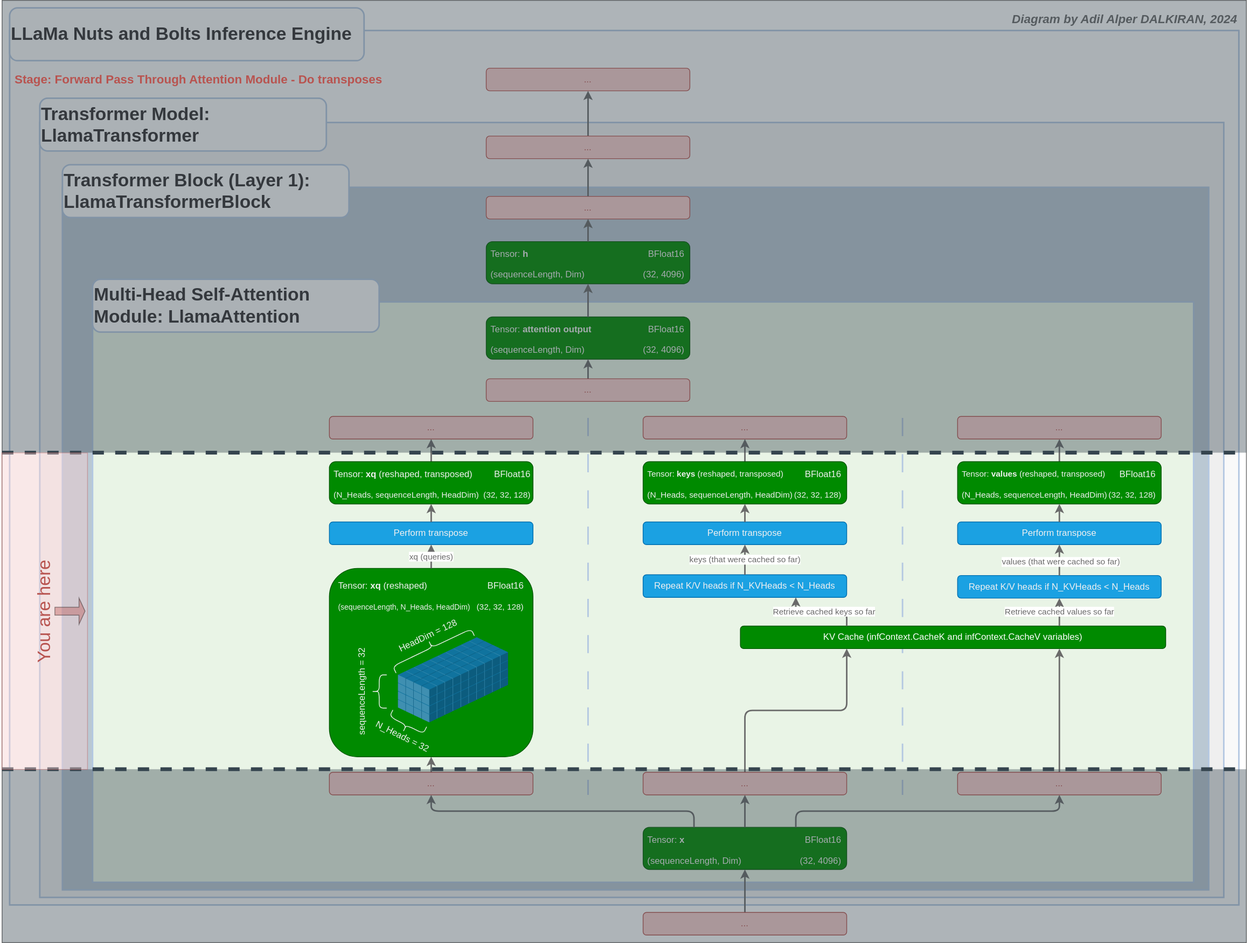
adalkiran/llama-nuts-and-bolts keeps this draw.io diagram as docs/images/DIAG01-STAGE12-attention-do-transposes.drawio.svg. Above is the earlier version. Source tidied: cells renumbered, new cells last; positions are measured from the earlier drawing's top-left corner, leaving out a move shared by most shapes.
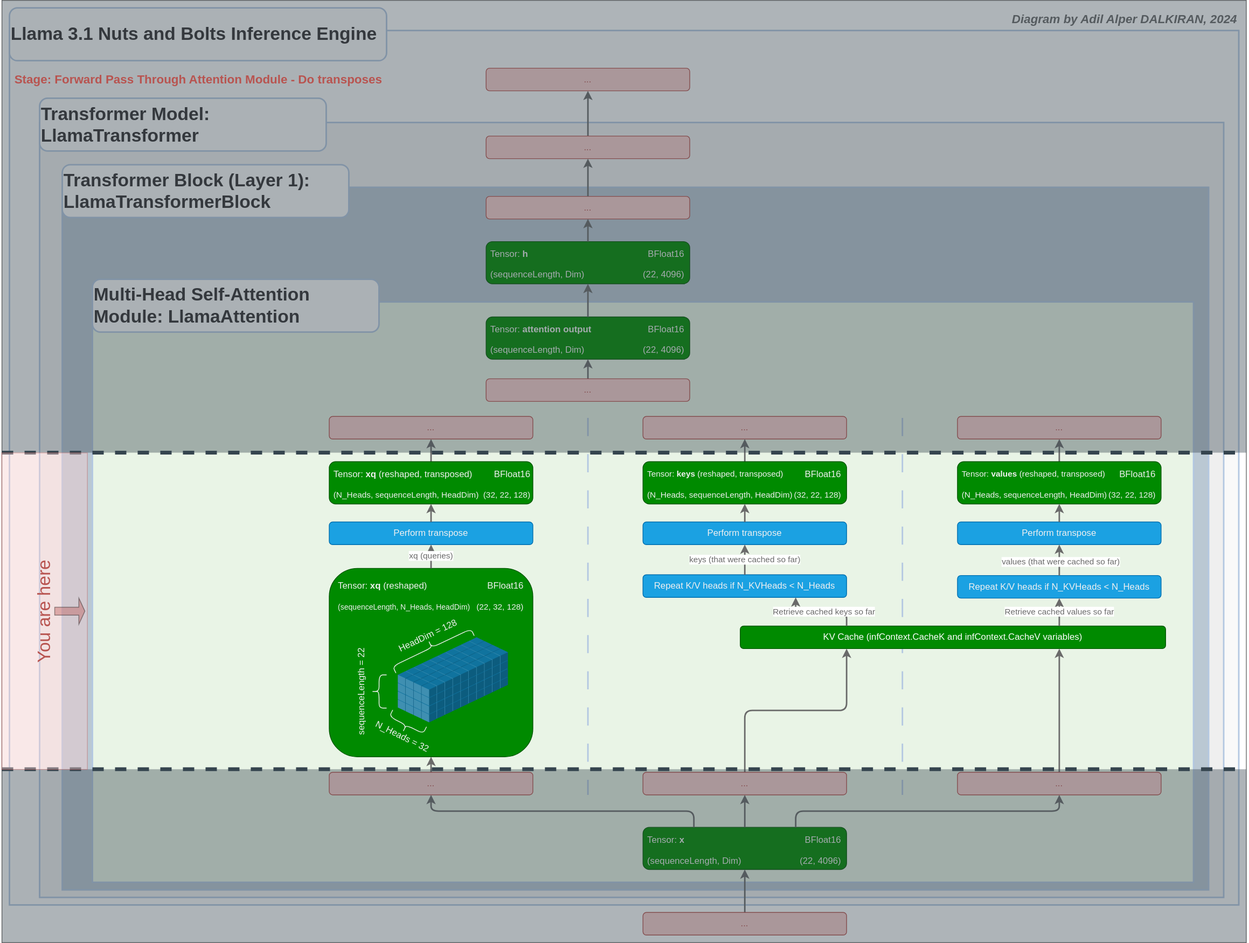
After the commit.

Change to the diagram source:
```diff
@@ -11,8 +11,8 @@
     <mxCell id="4" style="rounded=0;whiteSpace=wrap;html=1;fillColor=#EFEFEF;fontColor=none;noLabel=1;strokeColor=#B3C7E1;strokeWidth=2;" parent="1" vertex="1">
       <mxGeometry x="204" y="162" width="1570" height="1028" as="geometry" />
     </mxCell>
-    <mxCell id="5" value="&lt;span style=&quot;text-align: right;&quot;&gt;LLaMa Nuts and Bolts Inference Engine&lt;/span&gt;" style="text;strokeColor=#B3C7E1;fillColor=#F9F9F9;html=1;fontSize=24;fontStyle=1;verticalAlign=middle;align=left;fontColor=#333132;strokeWidth=2;rounded=1;glass=0;whiteSpace=wrap;" parent="1" vertex="1">
-      <mxGeometry x="164" y="10" width="470" height="70" as="geometry" />
+    <mxCell id="5" value="&lt;span style=&quot;text-align: right;&quot;&gt;Llama 3.1 Nuts and Bolts Inference Engine&lt;/span&gt;" style="text;strokeColor=#B3C7E1;fillColor=#F9F9F9;html=1;fontSize=24;fontStyle=1;verticalAlign=middle;align=left;fontColor=#333132;strokeWidth=2;rounded=1;glass=0;whiteSpace=wrap;" parent="1" vertex="1">
+      <mxGeometry x="164" y="10" width="500" height="70" as="geometry" />
     </mxCell>
     <mxCell id="6" value="Transformer Model:&lt;br&gt;LlamaTransformer&amp;nbsp;" style="text;strokeColor=#B3C7E1;fillColor=#F9F9F9;html=1;fontSize=24;fontStyle=1;verticalAlign=middle;align=left;fontColor=#333132;strokeWidth=2;rounded=1;glass=0;" parent="1" vertex="1">
       <mxGeometry x="204" y="129.8" width="380" height="70" as="geometry" />
@@ -50,7 +50,7 @@
     <mxCell id="17" value="(sequenceLength, Dim)" style="shape=partialRectangle;html=1;whiteSpace=wrap;overflow=hidden;fillColor=none;top=0;left=0;bottom=0;right=0;fontFamily=Helvetica;fontSize=12;fontColor=#F0F0F0;align=left;verticalAlign=bottom;strokeColor=#FFFFFF;labelBackgroundColor=none;" parent="16" vertex="1">
       <mxGeometry width="179" height="31" as="geometry" />
     </mxCell>
-    <mxCell id="18" value="(32, 4096)" style="shape=partialRectangle;html=1;whiteSpace=wrap;overflow=hidden;fillColor=none;top=0;left=0;bottom=0;right=0;fontFamily=Helvetica;fontSize=12;fontColor=#F0F0F0;align=right;verticalAlign=bottom;strokeColor=#FFFFFF;labelBackgroundColor=none;" parent="16" vertex="1">
+    <mxCell id="18" value="(22, 4096)" style="shape=partialRectangle;html=1;whiteSpace=wrap;overflow=hidden;fillColor=none;top=0;left=0;bottom=0;right=0;fontFamily=Helvetica;fontSize=12;fontColor=#F0F0F0;align=right;verticalAlign=bottom;strokeColor=#FFFFFF;labelBackgroundColor=none;" parent="16" vertex="1">
       <mxGeometry x="179" width="82" height="31" as="geometry" />
     </mxCell>
     <mxCell id="19" style="edgeStyle=none;shape=connector;rounded=1;html=1;exitX=0.5;exitY=0;exitDx=0;exitDy=0;labelBackgroundColor=default;strokeColor=#6A6A6A;strokeWidth=2;fontFamily=Helvetica;fontSize=6;fontColor=#6A6A6A;endArrow=classic;entryX=0.5;entryY=1;entryDx=0;entryDy=0;" parent="1" edge="1" source="43" target="42">
@@ -107,7 +107,7 @@
     <mxCell id="36" value="(sequenceLength, Dim)" style="shape=partialRectangle;html=1;whiteSpace=wrap;overflow=hidden;fillColor=none;top=0;left=0;bottom=0;right=0;fontFamily=Helvetica;fontSize=12;fontColor=#F0F0F0;align=left;verticalAlign=bottom;strokeColor=#FFFFFF;labelBackgroundColor=none;" parent="35" vertex="1">
       <mxGeometry width="179" height="31" as="geometry" />
     </mxCell>
-    <mxCell id="37" value="(32, 4096)" style="shape=partialRectangle;html=1;whiteSpace=wrap;overflow=hidden;fillColor=none;top=0;left=0;bottom=0;right=0;fontFamily=Helvetica;fontSize=12;fontColor=#F0F0F0;align=right;verticalAlign=bottom;strokeColor=#FFFFFF;labelBackgroundColor=none;" parent="35" vertex="1">
+    <mxCell id="37" value="(22, 4096)" style="shape=partialRectangle;html=1;whiteSpace=wrap;overflow=hidden;fillColor=none;top=0;left=0;bottom=0;right=0;fontFamily=Helvetica;fontSize=12;fontColor=#F0F0F0;align=right;verticalAlign=bottom;strokeColor=#FFFFFF;labelBackgroundColor=none;" parent="35" vertex="1">
       <mxGeometry x="179" width="82" height="31" as="geometry" />
     </mxCell>
     <mxCell id="38" style="edgeStyle=orthogonalEdgeStyle;shape=connector;rounded=1;html=1;exitX=0.5;exitY=0;exitDx=0;exitDy=0;entryX=0.5;entryY=1;entryDx=0;entryDy=0;labelBackgroundColor=default;strokeColor=#6A6A6A;strokeWidth=2;fontFamily=Helvetica;fontSize=6;fontColor=#6A6A6A;endArrow=classic;" parent="1" edge="1" source="39" target="30">
@@ -155,7 +155,7 @@
     <mxCell id="52" value="(sequenceLength,&amp;nbsp;Dim)" style="shape=partialRectangle;html=1;whiteSpace=wrap;overflow=hidden;fillColor=none;top=0;left=0;bottom=0;right=0;fontFamily=Helvetica;fontSize=12;fontColor=#F0F0F0;align=left;verticalAlign=bottom;strokeColor=#FFFFFF;labelBackgroundColor=none;" parent="51" vertex="1">
       <mxGeometry width="179" height="31" as="geometry" />
     </mxCell>
-    <mxCell id="53" value="(32, 4096)" style="shape=partialRectangle;html=1;whiteSpace=wrap;overflow=hidden;fillColor=none;top=0;left=0;bottom=0;right=0;fontFamily=Helvetica;fontSize=12;fontColor=#F0F0F0;align=right;verticalAlign=bottom;strokeColor=#FFFFFF;labelBackgroundColor=none;" parent="51" vertex="1">
+    <mxCell id="53" value="(22, 4096)" style="shape=partialRectangle;html=1;whiteSpace=wrap;overflow=hidden;fillColor=none;top=0;left=0;bottom=0;right=0;fontFamily=Helvetica;fontSize=12;fontColor=#F0F0F0;align=right;verticalAlign=bottom;strokeColor=#FFFFFF;labelBackgroundColor=none;" parent="51" vertex="1">
       <mxGeometry x="179" width="82" height="31" as="geometry" />
     </mxCell>
     <mxCell id="54" style="edgeStyle=none;shape=connector;rounded=1;html=1;exitX=0.5;exitY=0;exitDx=0;exitDy=0;entryX=0.5;entryY=1;entryDx=0;entryDy=0;labelBackgroundColor=default;strokeColor=#6A6A6A;strokeWidth=2;fontFamily=Helvetica;fontSize=11;fontColor=#6A6A6A;endArrow=classic;" parent="1" edge="1" source="46" target="65">
@@ -245,7 +245,7 @@
     <mxCell id="82" value="(sequenceLength, N_Heads, HeadDim)" style="shape=partialRectangle;html=1;whiteSpace=wrap;overflow=hidden;fillColor=none;top=0;left=0;bottom=0;right=0;fontFamily=Helvetica;fontSize=10;fontColor=#F0F0F0;align=left;verticalAlign=bottom;strokeColor=#FFFFFF;labelBackgroundColor=none;" parent="81" vertex="1">
       <mxGeometry width="180" height="31" as="geometry" />
     </mxCell>
-    <mxCell id="83" value="(32, 32, 128)" style="shape=partialRectangle;html=1;whiteSpace=wrap;overflow=hidden;fillColor=none;top=0;left=0;bottom=0;right=0;fontFamily=Helvetica;fontSize=11;fontColor=#F0F0F0;align=right;verticalAlign=bottom;strokeColor=#FFFFFF;labelBackgroundColor=none;" parent="81" vertex="1">
+    <mxCell id="83" value="(22, 32, 128)" style="shape=partialRectangle;html=1;whiteSpace=wrap;overflow=hidden;fillColor=none;top=0;left=0;bottom=0;right=0;fontFamily=Helvetica;fontSize=11;fontColor=#F0F0F0;align=right;verticalAlign=bottom;strokeColor=#FFFFFF;labelBackgroundColor=none;" parent="81" vertex="1">
       <mxGeometry x="180" width="70" height="31" as="geometry" />
     </mxCell>
     <mxCell id="84" style="shape=curlyBracket;whiteSpace=wrap;html=1;rounded=1;flipH=0;labelPosition=right;verticalLabelPosition=middle;align=left;verticalAlign=middle;fillColor=default;fontColor=#F0F0F0;strokeColor=#F0F0F0;" parent="75" vertex="1">
@@ -254,7 +254,7 @@
     <mxCell id="85" value="N_Heads = 32" style="text;strokeColor=none;align=center;fillColor=none;html=1;verticalAlign=middle;whiteSpace=wrap;rounded=0;flipH=0;rotation=26.5;fontColor=#F0F0F0;fontSize=12;" parent="75" vertex="1">
       <mxGeometry x="57.4" y="216.9" width="80" height="14" as="geometry" />
     </mxCell>
-    <mxCell id="86" value="sequenceLength = 32" style="text;strokeColor=none;align=center;fillColor=none;html=1;verticalAlign=middle;whiteSpace=wrap;rounded=0;flipH=0;rotation=270;fontColor=#F0F0F0;fontSize=12;" parent="75" vertex="1">
+    <mxCell id="86" value="sequenceLength = 22" style="text;strokeColor=none;align=center;fillColor=none;html=1;verticalAlign=middle;whiteSpace=wrap;rounded=0;flipH=0;rotation=270;fontColor=#F0F0F0;fontSize=12;" parent="75" vertex="1">
       <mxGeometry x="-16.9" y="153.3" width="120" height="20" as="geometry" />
     </mxCell>
     <mxCell id="87" value="HeadDim = 128" style="text;strokeColor=none;align=center;fillColor=none;html=1;verticalAlign=middle;whiteSpace=wrap;rounded=0;flipH=0;rotation=334.5;fontColor=#F0F0F0;fontSize=12;" parent="75" vertex="1">
@@ -569,7 +569,7 @@
     <mxCell id="190" value="(N_Heads, sequenceLength, HeadDim)" style="shape=partialRectangle;html=1;whiteSpace=wrap;overflow=hidden;fillColor=none;top=0;left=0;bottom=0;right=0;fontFamily=Helvetica;fontSize=11;fontColor=#F0F0F0;align=left;verticalAlign=bottom;strokeColor=#FFFFFF;labelBackgroundColor=none;" parent="189" vertex="1">
       <mxGeometry width="196" height="31" as="geometry" />
     </mxCell>
-    <mxCell id="191" value="(32, 32, 128)" style="shape=partialRectangle;html=1;whiteSpace=wrap;overflow=hidden;fillColor=none;top=0;left=0;bottom=0;right=0;fontFamily=Helvetica;fontSize=11;fontColor=#F0F0F0;align=right;verticalAlign=bottom;strokeColor=#FFFFFF;labelBackgroundColor=none;" parent="189" vertex="1">
+    <mxCell id="191" value="(32, 22, 128)" style="shape=partialRectangle;html=1;whiteSpace=wrap;overflow=hidden;fillColor=none;top=0;left=0;bottom=0;right=0;fontFamily=Helvetica;fontSize=11;fontColor=#F0F0F0;align=right;verticalAlign=bottom;strokeColor=#FFFFFF;labelBackgroundColor=none;" parent="189" vertex="1">
       <mxGeometry x="196" width="69" height="31" as="geometry" />
     </mxCell>
     <mxCell id="192" style="edgeStyle=none;shape=connector;rounded=1;html=1;exitX=0.5;exitY=0;exitDx=0;exitDy=0;entryX=0.5;entryY=1;entryDx=0;entryDy=0;labelBackgroundColor=default;strokeColor=#6A6A6A;strokeWidth=2;fontFamily=Helvetica;fontSize=9;fontColor=#6A6A6A;endArrow=classic;" parent="1" edge="1" source="170" target="184">
@@ -599,7 +599,7 @@
     <mxCell id="200" value="(N_Heads, sequenceLength, HeadDim)" style="shape=partialRectangle;html=1;whiteSpace=wrap;overflow=hidden;fillColor=none;top=0;left=0;bottom=0;right=0;fontFamily=Helvetica;fontSize=11;fontColor=#F0F0F0;align=left;verticalAlign=bottom;strokeColor=#FFFFFF;labelBackgroundColor=none;" parent="199" vertex="1">
       <mxGeometry width="196" height="31" as="geometry" />
     </mxCell>
-    <mxCell id="201" value="(32, 32, 128)" style="shape=partialRectangle;html=1;whiteSpace=wrap;overflow=hidden;fillColor=none;top=0;left=0;bottom=0;right=0;fontFamily=Helvetica;fontSize=11;fontColor=#F0F0F0;align=right;verticalAlign=bottom;strokeColor=#FFFFFF;labelBackgroundColor=none;" parent="199" vertex="1">
+    <mxCell id="201" value="(32, 22, 128)" style="shape=partialRectangle;html=1;whiteSpace=wrap;overflow=hidden;fillColor=none;top=0;left=0;bottom=0;right=0;fontFamily=Helvetica;fontSize=11;fontColor=#F0F0F0;align=right;verticalAlign=bottom;strokeColor=#FFFFFF;labelBackgroundColor=none;" parent="199" vertex="1">
       <mxGeometry x="196" width="65" height="31" as="geometry" />
     </mxCell>
     <mxCell id="202" style="group;strokeColor=none;fontFamily=Helvetica;fontSize=11;fontColor=#F0F0F0;fillColor=none;labelBackgroundColor=none;html=1;" parent="1" vertex="1">
@@ -626,7 +626,7 @@
     <mxCell id="209" value="(N_Heads, sequenceLength, HeadDim)" style="shape=partialRectangle;html=1;whiteSpace=wrap;overflow=hidden;fillColor=none;top=0;left=0;bottom=0;right=0;fontFamily=Helvetica;fontSize=11;fontColor=#F0F0F0;align=left;verticalAlign=bottom;strokeColor=#FFFFFF;labelBackgroundColor=none;" parent="208" vertex="1">
       <mxGeometry width="196" height="31" as="geometry" />
     </mxCell>
-    <mxCell id="210" value="(32, 32, 128)" style="shape=partialRectangle;html=1;whiteSpace=wrap;overflow=hidden;fillColor=none;top=0;left=0;bottom=0;right=0;fontFamily=Helvetica;fontSize=11;fontColor=#F0F0F0;align=right;verticalAlign=bottom;strokeColor=#FFFFFF;labelBackgroundColor=none;" parent="208" vertex="1">
+    <mxCell id="210" value="(32, 22, 128)" style="shape=partialRectangle;html=1;whiteSpace=wrap;overflow=hidden;fillColor=none;top=0;left=0;bottom=0;right=0;fontFamily=Helvetica;fontSize=11;fontColor=#F0F0F0;align=right;verticalAlign=bottom;strokeColor=#FFFFFF;labelBackgroundColor=none;" parent="208" vertex="1">
       <mxGeometry x="196" width="65" height="31" as="geometry" />
     </mxCell>
     <mxCell id="211" style="shape=connector;rounded=1;html=1;exitX=0.5;exitY=0;exitDx=0;exitDy=0;entryX=0.5;entryY=1;entryDx=0;entryDy=0;labelBackgroundColor=default;strokeColor=#6A6A6A;strokeWidth=2;fontFamily=Helvetica;fontSize=9;fontColor=#6A6A6A;endArrow=classic;" parent="1" edge="1" source="177" target="194">
```
